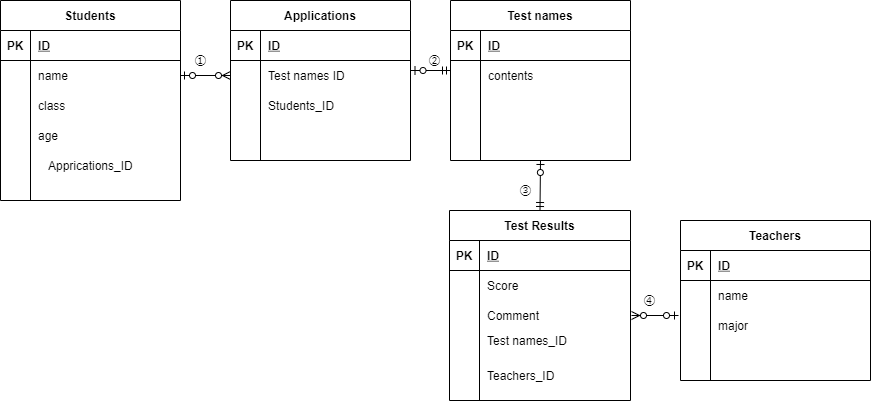
Above: .drawio.png in mioirie/20220103omi (draw.io), before the change. Source tidied: cells renumbered, new cells last; positions are measured from the earlier drawing's top-left corner, leaving out a move shared by most shapes.
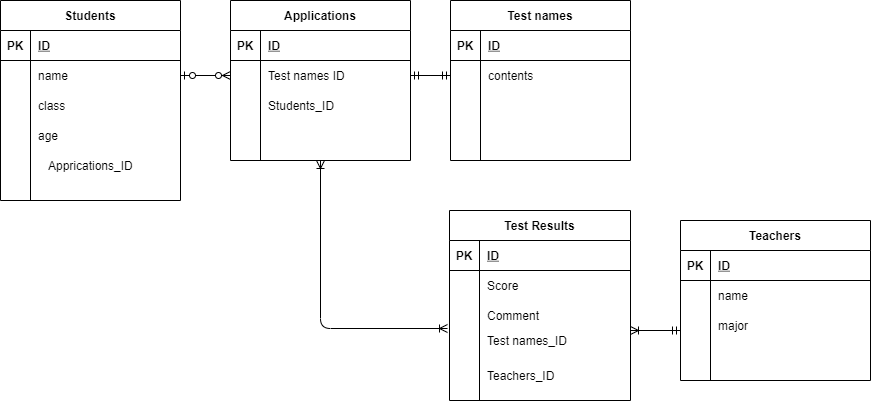
The same diagram one commit later.

Change to the diagram source:
```diff
@@ -211,32 +211,17 @@
     <mxCell id="70" style="fontSize=12;html=1;endArrow=ERzeroToMany;startArrow=ERzeroToOne;entryX=0;entryY=0.5;entryDx=0;entryDy=0;exitX=1;exitY=0.5;exitDx=0;exitDy=0;" parent="1" edge="1" source="6" target="58">
       <mxGeometry relative="1" as="geometry" />
     </mxCell>
-    <mxCell id="71" style="fontSize=12;html=1;endArrow=ERzeroToOne;startArrow=ERmandOne;entryX=0.5;entryY=1;entryDx=0;entryDy=0;exitX=0.5;exitY=0;exitDx=0;exitDy=0;" parent="1" edge="1" source="41" target="28">
-      <mxGeometry relative="1" as="geometry" />
-    </mxCell>
-    <mxCell id="72" style="fontSize=12;html=1;endArrow=ERzeroToOne;startArrow=ERmandOne;entryX=0.5;entryY=1;entryDx=0;entryDy=0;" parent="1" edge="1">
-      <mxGeometry relative="1" as="geometry">
-        <mxPoint x="450" y="70" as="sourcePoint" />
-        <mxPoint x="410.5" y="70" as="targetPoint" />
-      </mxGeometry>
-    </mxCell>
-    <mxCell id="73" style="fontSize=12;html=1;endArrow=ERzeroToMany;startArrow=ERzeroToOne;" parent="1" edge="1">
-      <mxGeometry relative="1" as="geometry">
-        <mxPoint x="678" y="315" as="sourcePoint" />
-        <mxPoint x="631" y="315" as="targetPoint" />
-      </mxGeometry>
-    </mxCell>
-    <mxCell id="74" value="①" style="text;html=1;align=center;verticalAlign=middle;strokeColor=none;" parent="1" vertex="1">
-      <mxGeometry x="185" y="50" width="30" height="20" as="geometry" />
-    </mxCell>
-    <mxCell id="75" value="④" style="text;html=1;align=center;verticalAlign=middle;strokeColor=none;" parent="1" vertex="1">
-      <mxGeometry x="634" y="290" width="30" height="20" as="geometry" />
-    </mxCell>
-    <mxCell id="76" value="③" style="text;html=1;align=center;verticalAlign=middle;strokeColor=none;" parent="1" vertex="1">
-      <mxGeometry x="510" y="180" width="30" height="20" as="geometry" />
-    </mxCell>
-    <mxCell id="77" value="➁" style="text;html=1;align=center;verticalAlign=middle;strokeColor=none;" parent="1" vertex="1">
-      <mxGeometry x="419" y="50" width="30" height="20" as="geometry" />
-    </mxCell>
+    <mxCell id="78" style="fontSize=12;html=1;endArrow=ERoneToMany;startArrow=ERmandOne;" parent="1" edge="1">
+      <mxGeometry relative="1" as="geometry">
+        <mxPoint x="680" y="330" as="sourcePoint" />
+        <mxPoint x="630" y="330" as="targetPoint" />
+      </mxGeometry>
+    </mxCell>
+    <mxCell id="79" style="edgeStyle=entityRelationEdgeStyle;fontSize=12;html=1;endArrow=ERmandOne;startArrow=ERmandOne;entryX=0;entryY=0.5;entryDx=0;entryDy=0;exitX=1;exitY=0.5;exitDx=0;exitDy=0;" parent="1" edge="1" source="58" target="32">
+      <mxGeometry relative="1" as="geometry" />
+    </mxCell>
+    <mxCell id="80" style="edgeStyle=orthogonalEdgeStyle;fontSize=12;html=1;endArrow=ERoneToMany;startArrow=ERoneToMany;exitX=0.5;exitY=1;exitDx=0;exitDy=0;entryX=-0.011;entryY=-0.1;entryDx=0;entryDy=0;entryPerimeter=0;" parent="1" edge="1" source="54" target="51">
+      <mxGeometry relative="1" as="geometry" />
+    </mxCell>
   </root>
 </mxGraphModel>
```
